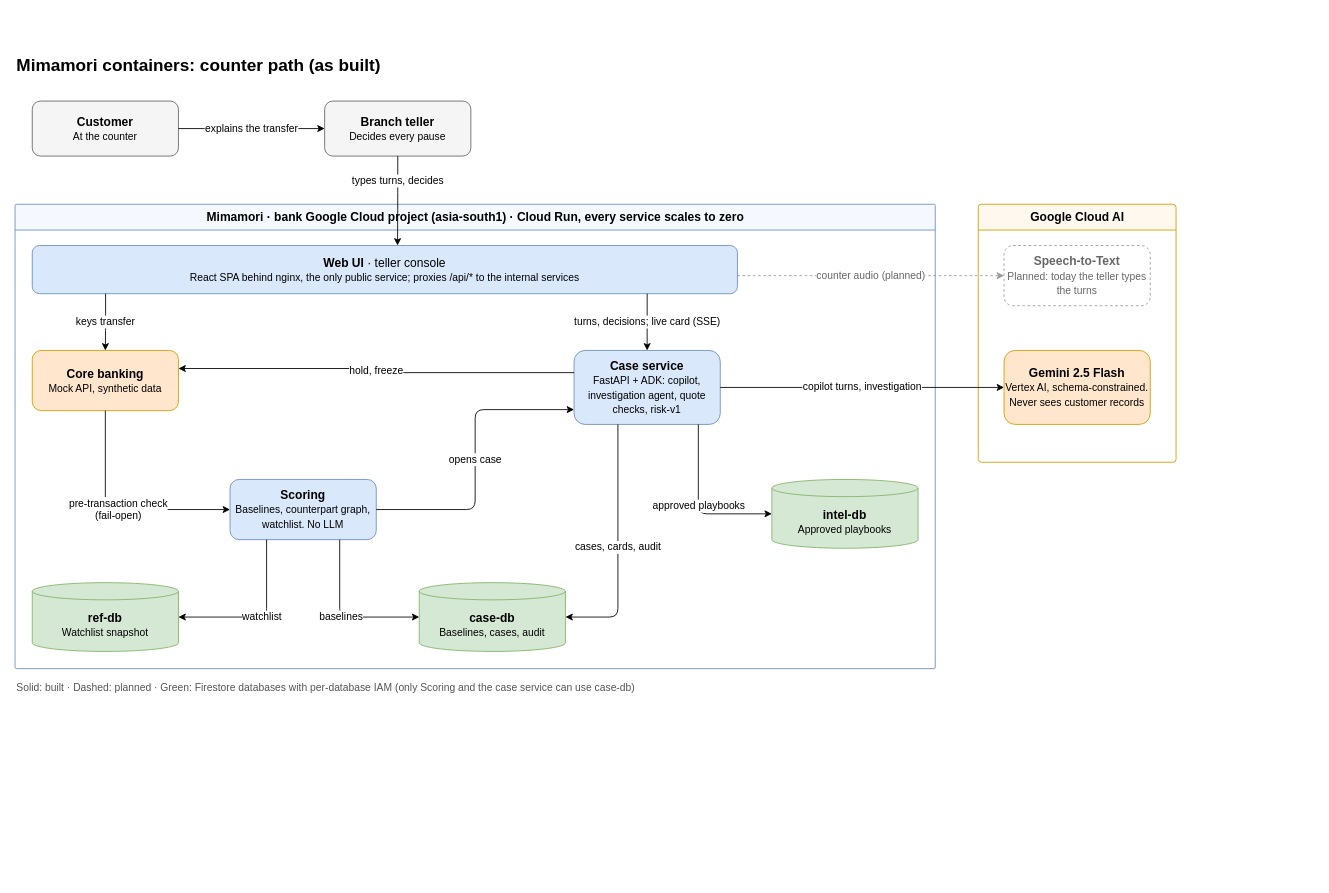
tanmaydarmorha/mimamori keeps this draw.io diagram as docs/architecture/diagrams/src/c4-containers-counter.drawio. Above is the earlier version. Source tidied: cells renumbered, new cells numbered last; positions are measured from the earlier drawing's top-left corner, leaving out a move shared by most shapes. Both pictures are drawn from the tidied source at 86%, with x=0, y=0 at pixel (15, 49).
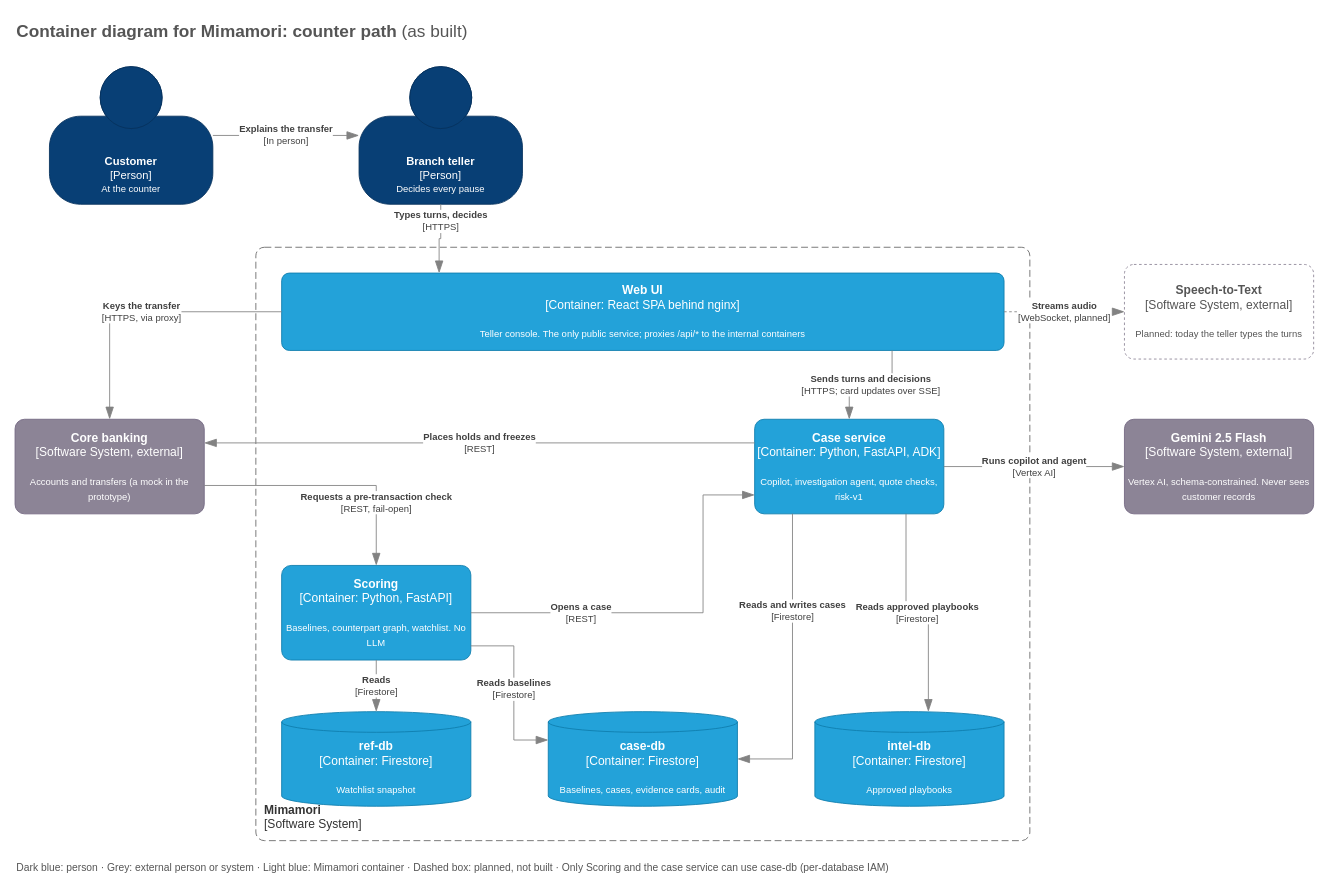
Above is the later version.

Commit message (it also covers changes not shown here):
docs(architecture): container views in C4 notation

Diff of the diagram source:
```diff
@@
-    <mxCell id="2" value="Mimamori containers: counter path (as built)" style="text;html=1;fontSize=20;fontStyle=1;align=left;verticalAlign=middle;" parent="1" vertex="1">
-      <mxGeometry width="700" height="36" as="geometry" />
-    </mxCell>
+    <mxCell id="30" value="&lt;b&gt;Container diagram for Mimamori: counter path&lt;/b&gt; (as built)" style="text;html=1;fontSize=20;align=left;verticalAlign=middle;fontColor=#555555;" parent="1" vertex="1">
+      <mxGeometry y="-40" width="1000" height="36" as="geometry" />
+    </mxCell>
+    <mxCell id="31" value="&lt;b&gt;Mimamori&lt;/b&gt;&lt;br&gt;[Software System]" style="rounded=1;fontSize=14;whiteSpace=wrap;html=1;dashed=1;arcSize=20;fillColor=none;strokeColor=#666666;fontColor=#333333;labelBackgroundColor=none;align=left;verticalAlign=bottom;spacing=10;dashPattern=8 4;absoluteArcSize=1;" parent="1" vertex="1">
+      <mxGeometry x="280" y="230" width="900" height="690" as="geometry" />
+    </mxCell>
-    <mxCell id="3" value="&lt;b&gt;Customer&lt;/b&gt;&lt;br&gt;&lt;font style=&quot;font-size:12px&quot;&gt;At the counter&lt;/font&gt;" style="rounded=1;whiteSpace=wrap;html=1;fillColor=#f5f5f5;strokeColor=#666666;fontSize=14;" parent="1" vertex="1">
-      <mxGeometry x="20" y="60" width="170" height="64" as="geometry" />
+    <mxCell id="3" value="&lt;b&gt;Customer&lt;/b&gt;&lt;br&gt;[Person]&lt;br&gt;&lt;font style=&quot;font-size:11px&quot;&gt;At the counter&lt;/font&gt;" style="html=1;fontSize=13;whiteSpace=wrap;fillColor=#083F75;strokeColor=#06315C;fontColor=#ffffff;shape=mxgraph.c4.person2;align=center;verticalAlign=bottom;spacingBottom=8;" parent="1" vertex="1">
+      <mxGeometry x="40" y="20" width="190" height="160" as="geometry" />
     </mxCell>
-    <mxCell id="4" value="&lt;b&gt;Branch teller&lt;/b&gt;&lt;br&gt;&lt;font style=&quot;font-size:12px&quot;&gt;Decides every pause&lt;/font&gt;" style="rounded=1;whiteSpace=wrap;html=1;fillColor=#f5f5f5;strokeColor=#666666;fontSize=14;" parent="1" vertex="1">
-      <mxGeometry x="360" y="60" width="170" height="64" as="geometry" />
+    <mxCell id="4" value="&lt;b&gt;Branch teller&lt;/b&gt;&lt;br&gt;[Person]&lt;br&gt;&lt;font style=&quot;font-size:11px&quot;&gt;Decides every pause&lt;/font&gt;" style="html=1;fontSize=13;whiteSpace=wrap;fillColor=#083F75;strokeColor=#06315C;fontColor=#ffffff;shape=mxgraph.c4.person2;align=center;verticalAlign=bottom;spacingBottom=8;" parent="1" vertex="1">
+      <mxGeometry x="400" y="20" width="190" height="160" as="geometry" />
     </mxCell>
-    <mxCell id="5" value="Mimamori · bank Google Cloud project (asia-south1) · Cloud Run, every service scales to zero" style="swimlane;startSize=30;html=1;fillColor=#f5f9ff;strokeColor=#6c8ebf;fontSize=14;fontStyle=1;rounded=1;arcSize=2;" parent="1" vertex="1">
-      <mxGeometry y="180" width="1070" height="540" as="geometry" />
-    </mxCell>
-    <mxCell id="6" value="&lt;b&gt;Web UI&lt;/b&gt; · teller console&lt;br&gt;&lt;font style=&quot;font-size:12px&quot;&gt;React SPA behind nginx, the only public service; proxies /api/* to the internal services&lt;/font&gt;" style="rounded=1;whiteSpace=wrap;html=1;fillColor=#dae8fc;strokeColor=#6c8ebf;fontSize=14;" parent="5" vertex="1">
-      <mxGeometry x="20" y="48" width="820" height="56" as="geometry" />
+    <mxCell id="6" value="&lt;b&gt;Web UI&lt;/b&gt;&lt;br&gt;[Container: React SPA behind nginx]&lt;br&gt;&lt;br&gt;&lt;font style=&quot;font-size:11px&quot;&gt;Teller console. The only public service; proxies /api/* to the internal containers&lt;/font&gt;" style="whiteSpace=wrap;html=1;fontSize=14;rounded=1;arcSize=10;fillColor=#23A2D9;strokeColor=#0E7DAD;fontColor=#ffffff;" parent="1" vertex="1">
+      <mxGeometry x="310" y="260" width="840" height="90" as="geometry" />
     </mxCell>
-    <mxCell id="7" value="&lt;b&gt;Core banking&lt;/b&gt;&lt;br&gt;&lt;font style=&quot;font-size:12px&quot;&gt;Mock API, synthetic data&lt;/font&gt;" style="rounded=1;whiteSpace=wrap;html=1;fillColor=#ffe6cc;strokeColor=#d79b00;fontSize=14;" parent="5" vertex="1">
-      <mxGeometry x="20" y="170" width="170" height="70" as="geometry" />
-    </mxCell>
-    <mxCell id="8" value="&lt;b&gt;Case service&lt;/b&gt;&lt;br&gt;&lt;font style=&quot;font-size:12px&quot;&gt;FastAPI + ADK: copilot, investigation agent, quote checks, risk-v1&lt;/font&gt;" style="rounded=1;whiteSpace=wrap;html=1;fillColor=#dae8fc;strokeColor=#6c8ebf;fontSize=14;" parent="5" vertex="1">
-      <mxGeometry x="650" y="170" width="170" height="86" as="geometry" />
+    <mxCell id="8" value="&lt;b&gt;Case service&lt;/b&gt;&lt;br&gt;[Container: Python, FastAPI, ADK]&lt;br&gt;&lt;br&gt;&lt;font style=&quot;font-size:11px&quot;&gt;Copilot, investigation agent, quote checks, risk-v1&lt;/font&gt;" style="whiteSpace=wrap;html=1;fontSize=14;rounded=1;arcSize=10;fillColor=#23A2D9;strokeColor=#0E7DAD;fontColor=#ffffff;" parent="1" vertex="1">
+      <mxGeometry x="860" y="430" width="220" height="110" as="geometry" />
     </mxCell>
-    <mxCell id="9" value="&lt;b&gt;Scoring&lt;/b&gt;&lt;br&gt;&lt;font style=&quot;font-size:12px&quot;&gt;Baselines, counterpart graph, watchlist. No LLM&lt;/font&gt;" style="rounded=1;whiteSpace=wrap;html=1;fillColor=#dae8fc;strokeColor=#6c8ebf;fontSize=14;" parent="5" vertex="1">
-      <mxGeometry x="250" y="320" width="170" height="70" as="geometry" />
+    <mxCell id="9" value="&lt;b&gt;Scoring&lt;/b&gt;&lt;br&gt;[Container: Python, FastAPI]&lt;br&gt;&lt;br&gt;&lt;font style=&quot;font-size:11px&quot;&gt;Baselines, counterpart graph, watchlist. No LLM&lt;/font&gt;" style="whiteSpace=wrap;html=1;fontSize=14;rounded=1;arcSize=10;fillColor=#23A2D9;strokeColor=#0E7DAD;fontColor=#ffffff;" parent="1" vertex="1">
+      <mxGeometry x="310" y="600" width="220" height="110" as="geometry" />
     </mxCell>
-    <mxCell id="10" value="&lt;b&gt;ref-db&lt;/b&gt;&lt;br&gt;&lt;font style=&quot;font-size:12px&quot;&gt;Watchlist snapshot&lt;/font&gt;" style="shape=cylinder3;whiteSpace=wrap;html=1;boundedLbl=1;backgroundOutline=1;size=10;fillColor=#d5e8d4;strokeColor=#82b366;fontSize=14;" parent="5" vertex="1">
-      <mxGeometry x="20" y="440" width="170" height="80" as="geometry" />
+    <mxCell id="10" value="&lt;b&gt;ref-db&lt;/b&gt;&lt;br&gt;[Container: Firestore]&lt;br&gt;&lt;br&gt;&lt;font style=&quot;font-size:11px&quot;&gt;Watchlist snapshot&lt;/font&gt;" style="whiteSpace=wrap;html=1;fontSize=14;shape=cylinder3;size=12;boundedLbl=1;backgroundOutline=1;fillColor=#23A2D9;strokeColor=#0E7DAD;fontColor=#ffffff;" parent="1" vertex="1">
+      <mxGeometry x="310" y="770" width="220" height="110" as="geometry" />
     </mxCell>
-    <mxCell id="11" value="&lt;b&gt;case-db&lt;/b&gt;&lt;br&gt;&lt;font style=&quot;font-size:12px&quot;&gt;Baselines, cases, audit&lt;/font&gt;" style="shape=cylinder3;whiteSpace=wrap;html=1;boundedLbl=1;backgroundOutline=1;size=10;fillColor=#d5e8d4;strokeColor=#82b366;fontSize=14;" parent="5" vertex="1">
-      <mxGeometry x="470" y="440" width="170" height="80" as="geometry" />
+    <mxCell id="11" value="&lt;b&gt;case-db&lt;/b&gt;&lt;br&gt;[Container: Firestore]&lt;br&gt;&lt;br&gt;&lt;font style=&quot;font-size:11px&quot;&gt;Baselines, cases, evidence cards, audit&lt;/font&gt;" style="whiteSpace=wrap;html=1;fontSize=14;shape=cylinder3;size=12;boundedLbl=1;backgroundOutline=1;fillColor=#23A2D9;strokeColor=#0E7DAD;fontColor=#ffffff;" parent="1" vertex="1">
+      <mxGeometry x="620" y="770" width="220" height="110" as="geometry" />
     </mxCell>
-    <mxCell id="12" value="&lt;b&gt;intel-db&lt;/b&gt;&lt;br&gt;&lt;font style=&quot;font-size:12px&quot;&gt;Approved playbooks&lt;/font&gt;" style="shape=cylinder3;whiteSpace=wrap;html=1;boundedLbl=1;backgroundOutline=1;size=10;fillColor=#d5e8d4;strokeColor=#82b366;fontSize=14;" parent="5" vertex="1">
-      <mxGeometry x="880" y="320" width="170" height="80" as="geometry" />
+    <mxCell id="12" value="&lt;b&gt;intel-db&lt;/b&gt;&lt;br&gt;[Container: Firestore]&lt;br&gt;&lt;br&gt;&lt;font style=&quot;font-size:11px&quot;&gt;Approved playbooks&lt;/font&gt;" style="whiteSpace=wrap;html=1;fontSize=14;shape=cylinder3;size=12;boundedLbl=1;backgroundOutline=1;fillColor=#23A2D9;strokeColor=#0E7DAD;fontColor=#ffffff;" parent="1" vertex="1">
+      <mxGeometry x="930" y="770" width="220" height="110" as="geometry" />
     </mxCell>
-    <mxCell id="13" value="Google Cloud AI" style="swimlane;startSize=30;html=1;fillColor=#fff8ef;strokeColor=#d79b00;fontSize=14;fontStyle=1;rounded=1;arcSize=4;" parent="1" vertex="1">
-      <mxGeometry x="1120" y="180" width="230" height="300" as="geometry" />
-    </mxCell>
+    <mxCell id="7" value="&lt;b&gt;Core banking&lt;/b&gt;&lt;br&gt;[Software System, external]&lt;br&gt;&lt;br&gt;&lt;font style=&quot;font-size:11px&quot;&gt;Accounts and transfers (a mock in the prototype)&lt;/font&gt;" style="whiteSpace=wrap;html=1;fontSize=14;rounded=1;arcSize=10;fillColor=#8C8496;strokeColor=#736782;fontColor=#ffffff;" parent="1" vertex="1">
+      <mxGeometry y="430" width="220" height="110" as="geometry" />
+    </mxCell>
-    <mxCell id="14" value="&lt;b&gt;Speech-to-Text&lt;/b&gt;&lt;br&gt;&lt;font style=&quot;font-size:12px&quot;&gt;Planned: today the teller types the turns&lt;/font&gt;" style="rounded=1;whiteSpace=wrap;html=1;dashed=1;fillColor=#ffffff;strokeColor=#999999;fontColor=#666666;fontSize=14;" parent="13" vertex="1">
-      <mxGeometry x="30" y="48" width="170" height="70" as="geometry" />
+    <mxCell id="14" value="&lt;b&gt;Speech-to-Text&lt;/b&gt;&lt;br&gt;[Software System, external]&lt;br&gt;&lt;br&gt;&lt;font style=&quot;font-size:11px&quot;&gt;Planned: today the teller types the turns&lt;/font&gt;" style="whiteSpace=wrap;html=1;fontSize=14;rounded=1;arcSize=10;dashed=1;fillColor=#ffffff;strokeColor=#8C8496;fontColor=#555555;" parent="1" vertex="1">
+      <mxGeometry x="1290" y="250" width="220" height="110" as="geometry" />
     </mxCell>
-    <mxCell id="15" value="&lt;b&gt;Gemini 2.5 Flash&lt;/b&gt;&lt;br&gt;&lt;font style=&quot;font-size:12px&quot;&gt;Vertex AI, schema-constrained. Never sees customer records&lt;/font&gt;" style="rounded=1;whiteSpace=wrap;html=1;fillColor=#ffe6cc;strokeColor=#d79b00;fontSize=14;" parent="13" vertex="1">
-      <mxGeometry x="30" y="170" width="170" height="86" as="geometry" />
+    <mxCell id="15" value="&lt;b&gt;Gemini 2.5 Flash&lt;/b&gt;&lt;br&gt;[Software System, external]&lt;br&gt;&lt;br&gt;&lt;font style=&quot;font-size:11px&quot;&gt;Vertex AI, schema-constrained. Never sees customer records&lt;/font&gt;" style="whiteSpace=wrap;html=1;fontSize=14;rounded=1;arcSize=10;fillColor=#8C8496;strokeColor=#736782;fontColor=#ffffff;" parent="1" vertex="1">
+      <mxGeometry x="1290" y="430" width="220" height="110" as="geometry" />
     </mxCell>
-    <mxCell id="16" value="Solid: built · Dashed: planned · Green: Firestore databases with per-database IAM (only Scoring and the case service can use case-db)" style="text;html=1;fontSize=12;align=left;verticalAlign=middle;fontColor=#555555;" parent="1" vertex="1">
-      <mxGeometry y="730" width="1100" height="24" as="geometry" />
-    </mxCell>
-    <mxCell id="17" value="explains the transfer" style="edgeStyle=orthogonalEdgeStyle;rounded=1;html=1;fontSize=12;" parent="1" edge="1" source="3" target="4">
+    <mxCell id="17" value="&lt;b&gt;Explains the transfer&lt;/b&gt;&lt;br&gt;[In person]" style="html=1;fontSize=11;fontColor=#404040;endArrow=blockThin;endFill=1;endSize=12;strokeColor=#828282;edgeStyle=orthogonalEdgeStyle;rounded=0;labelBackgroundColor=#ffffff;" parent="1" edge="1" source="3" target="4">
       <mxGeometry relative="1" as="geometry" />
     </mxCell>
-    <mxCell id="18" value="types turns, decides" style="edgeStyle=orthogonalEdgeStyle;rounded=1;html=1;fontSize=12;entryX=0.518;entryY=0;entryDx=0;entryDy=0;" parent="1" edge="1" source="4" target="6">
-      <mxGeometry x="-0.45" relative="1" as="geometry" />
+    <mxCell id="18" value="&lt;b&gt;Types turns, decides&lt;/b&gt;&lt;br&gt;[HTTPS]" style="html=1;fontSize=11;fontColor=#404040;endArrow=blockThin;endFill=1;endSize=12;strokeColor=#828282;edgeStyle=orthogonalEdgeStyle;rounded=0;labelBackgroundColor=#ffffff;exitX=0.5;exitY=1;exitDx=0;exitDy=0;entryX=0.218;entryY=0;entryDx=0;entryDy=0;" parent="1" edge="1" source="4" target="6">
+      <mxGeometry x="-0.5" relative="1" as="geometry" />
     </mxCell>
-    <mxCell id="19" value="keys transfer" style="edgeStyle=orthogonalEdgeStyle;rounded=1;html=1;fontSize=12;exitX=0.104;exitY=1;exitDx=0;exitDy=0;entryX=0.5;entryY=0;entryDx=0;entryDy=0;" parent="5" edge="1" source="6" target="7">
-      <mxGeometry relative="1" as="geometry" />
+    <mxCell id="19" value="&lt;b&gt;Keys the transfer&lt;/b&gt;&lt;br&gt;[HTTPS, via proxy]" style="html=1;fontSize=11;fontColor=#404040;endArrow=blockThin;endFill=1;endSize=12;strokeColor=#828282;edgeStyle=orthogonalEdgeStyle;rounded=0;labelBackgroundColor=#ffffff;exitX=0;exitY=0.5;exitDx=0;exitDy=0;entryX=0.5;entryY=0;entryDx=0;entryDy=0;" parent="1" edge="1" source="6" target="7">
+      <mxGeometry relative="1" as="geometry">
+        <Array as="points">
+          <mxPoint x="110" y="305" />
+        </Array>
+      </mxGeometry>
     </mxCell>
-    <mxCell id="20" value="turns, decisions; live card (SSE)" style="edgeStyle=orthogonalEdgeStyle;rounded=1;html=1;fontSize=12;exitX=0.872;exitY=1;exitDx=0;exitDy=0;entryX=0.5;entryY=0;entryDx=0;entryDy=0;" parent="5" edge="1" source="6" target="8">
+    <mxCell id="20" value="&lt;b&gt;Sends turns and decisions&lt;/b&gt;&lt;br&gt;[HTTPS; card updates over SSE]" style="html=1;fontSize=11;fontColor=#404040;endArrow=blockThin;endFill=1;endSize=12;strokeColor=#828282;edgeStyle=orthogonalEdgeStyle;rounded=0;labelBackgroundColor=#ffffff;exitX=0.845;exitY=1;exitDx=0;exitDy=0;entryX=0.5;entryY=0;entryDx=0;entryDy=0;" parent="1" edge="1" source="6" target="8">
       <mxGeometry relative="1" as="geometry" />
     </mxCell>
-    <mxCell id="21" value="pre-transaction check&lt;br&gt;(fail-open)" style="edgeStyle=orthogonalEdgeStyle;rounded=1;html=1;fontSize=12;exitX=0.5;exitY=1;exitDx=0;exitDy=0;entryX=0;entryY=0.5;entryDx=0;entryDy=0;" parent="5" edge="1" source="7" target="9">
-      <mxGeometry relative="1" as="geometry" />
+    <mxCell id="21" value="&lt;b&gt;Requests a pre-transaction check&lt;/b&gt;&lt;br&gt;[REST, fail-open]" style="html=1;fontSize=11;fontColor=#404040;endArrow=blockThin;endFill=1;endSize=12;strokeColor=#828282;edgeStyle=orthogonalEdgeStyle;rounded=0;labelBackgroundColor=#ffffff;exitX=1;exitY=0.7;exitDx=0;exitDy=0;entryX=0.5;entryY=0;entryDx=0;entryDy=0;" parent="1" edge="1" source="7" target="9">
+      <mxGeometry x="0.5" relative="1" as="geometry">
+        <Array as="points">
+          <mxPoint x="420" y="507" />
+        </Array>
+      </mxGeometry>
     </mxCell>
-    <mxCell id="22" value="opens case" style="edgeStyle=orthogonalEdgeStyle;rounded=1;html=1;fontSize=12;exitX=1;exitY=0.5;exitDx=0;exitDy=0;entryX=0;entryY=0.8;entryDx=0;entryDy=0;" parent="5" edge="1" source="9" target="8">
-      <mxGeometry relative="1" as="geometry" />
+    <mxCell id="22" value="&lt;b&gt;Opens a case&lt;/b&gt;&lt;br&gt;[REST]" style="html=1;fontSize=11;fontColor=#404040;endArrow=blockThin;endFill=1;endSize=12;strokeColor=#828282;edgeStyle=orthogonalEdgeStyle;rounded=0;labelBackgroundColor=#ffffff;exitX=1;exitY=0.5;exitDx=0;exitDy=0;entryX=0;entryY=0.8;entryDx=0;entryDy=0;" parent="1" edge="1" source="9" target="8">
+      <mxGeometry x="-0.45" relative="1" as="geometry">
+        <Array as="points">
+          <mxPoint x="800" y="655" />
+          <mxPoint x="800" y="518" />
+        </Array>
+      </mxGeometry>
     </mxCell>
-    <mxCell id="23" value="hold, freeze" style="edgeStyle=orthogonalEdgeStyle;rounded=1;html=1;fontSize=12;exitX=0;exitY=0.3;exitDx=0;exitDy=0;entryX=1;entryY=0.3;entryDx=0;entryDy=0;" parent="5" edge="1" source="8" target="7">
+    <mxCell id="23" value="&lt;b&gt;Places holds and freezes&lt;/b&gt;&lt;br&gt;[REST]" style="html=1;fontSize=11;fontColor=#404040;endArrow=blockThin;endFill=1;endSize=12;strokeColor=#828282;edgeStyle=orthogonalEdgeStyle;rounded=0;labelBackgroundColor=#ffffff;exitX=0;exitY=0.25;exitDx=0;exitDy=0;entryX=1;entryY=0.25;entryDx=0;entryDy=0;" parent="1" edge="1" source="8" target="7">
       <mxGeometry relative="1" as="geometry" />
     </mxCell>
-    <mxCell id="24" value="watchlist" style="edgeStyle=orthogonalEdgeStyle;rounded=1;html=1;fontSize=12;exitX=0.25;exitY=1;exitDx=0;exitDy=0;entryX=1;entryY=0.5;entryDx=0;entryDy=0;entryPerimeter=0;" parent="5" edge="1" source="9" target="10">
+    <mxCell id="24" value="&lt;b&gt;Reads&lt;/b&gt;&lt;br&gt;[Firestore]" style="html=1;fontSize=11;fontColor=#404040;endArrow=blockThin;endFill=1;endSize=12;strokeColor=#828282;edgeStyle=orthogonalEdgeStyle;rounded=0;labelBackgroundColor=#ffffff;exitX=0.5;exitY=1;exitDx=0;exitDy=0;entryX=0.5;entryY=0;entryDx=0;entryDy=0;" parent="1" edge="1" source="9" target="10">
       <mxGeometry relative="1" as="geometry" />
     </mxCell>
-    <mxCell id="25" value="baselines" style="edgeStyle=orthogonalEdgeStyle;rounded=1;html=1;fontSize=12;exitX=0.75;exitY=1;exitDx=0;exitDy=0;entryX=0;entryY=0.5;entryDx=0;entryDy=0;entryPerimeter=0;" parent="5" edge="1" source="9" target="11">
-      <mxGeometry relative="1" as="geometry" />
+    <mxCell id="25" value="&lt;b&gt;Reads baselines&lt;/b&gt;&lt;br&gt;[Firestore]" style="html=1;fontSize=11;fontColor=#404040;endArrow=blockThin;endFill=1;endSize=12;strokeColor=#828282;edgeStyle=orthogonalEdgeStyle;rounded=0;labelBackgroundColor=#ffffff;exitX=1;exitY=0.85;exitDx=0;exitDy=0;entryX=0;entryY=0.3;entryDx=0;entryDy=0;" parent="1" edge="1" source="9" target="11">
+      <mxGeometry relative="1" as="geometry">
+        <Array as="points">
+          <mxPoint x="580" y="693.5" />
+          <mxPoint x="580" y="803" />
+        </Array>
+      </mxGeometry>
     </mxCell>
-    <mxCell id="26" value="cases, cards, audit" style="edgeStyle=orthogonalEdgeStyle;rounded=1;html=1;fontSize=12;exitX=0.3;exitY=1;exitDx=0;exitDy=0;entryX=1;entryY=0.5;entryDx=0;entryDy=0;entryPerimeter=0;" parent="5" edge="1" source="8" target="11">
-      <mxGeometry relative="1" as="geometry" />
+    <mxCell id="26" value="&lt;b&gt;Reads and writes cases&lt;/b&gt;&lt;br&gt;[Firestore]" style="html=1;fontSize=11;fontColor=#404040;endArrow=blockThin;endFill=1;endSize=12;strokeColor=#828282;edgeStyle=orthogonalEdgeStyle;rounded=0;labelBackgroundColor=#ffffff;exitX=0.2;exitY=1;exitDx=0;exitDy=0;entryX=1;entryY=0.5;entryDx=0;entryDy=0;" parent="1" edge="1" source="8" target="11">
+      <mxGeometry x="-0.35" relative="1" as="geometry">
+        <Array as="points">
+          <mxPoint x="904" y="825" />
+        </Array>
+      </mxGeometry>
     </mxCell>
-    <mxCell id="27" value="approved playbooks" style="edgeStyle=orthogonalEdgeStyle;rounded=1;html=1;fontSize=12;exitX=0.85;exitY=1;exitDx=0;exitDy=0;entryX=0;entryY=0.5;entryDx=0;entryDy=0;entryPerimeter=0;" parent="5" edge="1" source="8" target="12">
+    <mxCell id="27" value="&lt;b&gt;Reads approved playbooks&lt;/b&gt;&lt;br&gt;[Firestore]" style="html=1;fontSize=11;fontColor=#404040;endArrow=blockThin;endFill=1;endSize=12;strokeColor=#828282;edgeStyle=orthogonalEdgeStyle;rounded=0;labelBackgroundColor=#ffffff;exitX=0.8;exitY=1;exitDx=0;exitDy=0;entryX=0.6;entryY=0;entryDx=0;entryDy=0;" parent="1" edge="1" source="8" target="12">
       <mxGeometry relative="1" as="geometry" />
     </mxCell>
-    <mxCell id="28" value="copilot turns, investigation" style="edgeStyle=orthogonalEdgeStyle;rounded=1;html=1;fontSize=12;exitX=1;exitY=0.5;exitDx=0;exitDy=0;entryX=0;entryY=0.5;entryDx=0;entryDy=0;" parent="1" edge="1" source="8" target="15">
+    <mxCell id="28" value="&lt;b&gt;Runs copilot and agent&lt;/b&gt;&lt;br&gt;[Vertex AI]" style="html=1;fontSize=11;fontColor=#404040;endArrow=blockThin;endFill=1;endSize=12;strokeColor=#828282;edgeStyle=orthogonalEdgeStyle;rounded=0;labelBackgroundColor=#ffffff;exitX=1;exitY=0.5;exitDx=0;exitDy=0;entryX=0;entryY=0.5;entryDx=0;entryDy=0;" parent="1" edge="1" source="8" target="15">
       <mxGeometry relative="1" as="geometry" />
     </mxCell>
-    <mxCell id="29" value="counter audio (planned)" style="edgeStyle=orthogonalEdgeStyle;rounded=1;html=1;fontSize=12;dashed=1;strokeColor=#999999;fontColor=#666666;exitX=1;exitY=0.625;exitDx=0;exitDy=0;entryX=0;entryY=0.5;entryDx=0;entryDy=0;" parent="1" edge="1" source="6" target="14">
+    <mxCell id="29" value="&lt;b&gt;Streams audio&lt;/b&gt;&lt;br&gt;[WebSocket, planned]" style="html=1;fontSize=11;fontColor=#404040;endArrow=blockThin;endFill=1;endSize=12;strokeColor=#828282;edgeStyle=orthogonalEdgeStyle;rounded=0;labelBackgroundColor=#ffffff;dashed=1;exitX=1;exitY=0.5;exitDx=0;exitDy=0;entryX=0;entryY=0.5;entryDx=0;entryDy=0;" parent="1" edge="1" source="6" target="14">
       <mxGeometry relative="1" as="geometry" />
     </mxCell>
+    <mxCell id="32" value="Dark blue: person · Grey: external person or system · Light blue: Mimamori container · Dashed box: planned, not built · Only Scoring and the case service can use case-db (per-database IAM)" style="text;html=1;fontSize=12;align=left;verticalAlign=middle;fontColor=#555555;" parent="1" vertex="1">
+      <mxGeometry y="940" width="1300" height="24" as="geometry" />
+    </mxCell>
```
